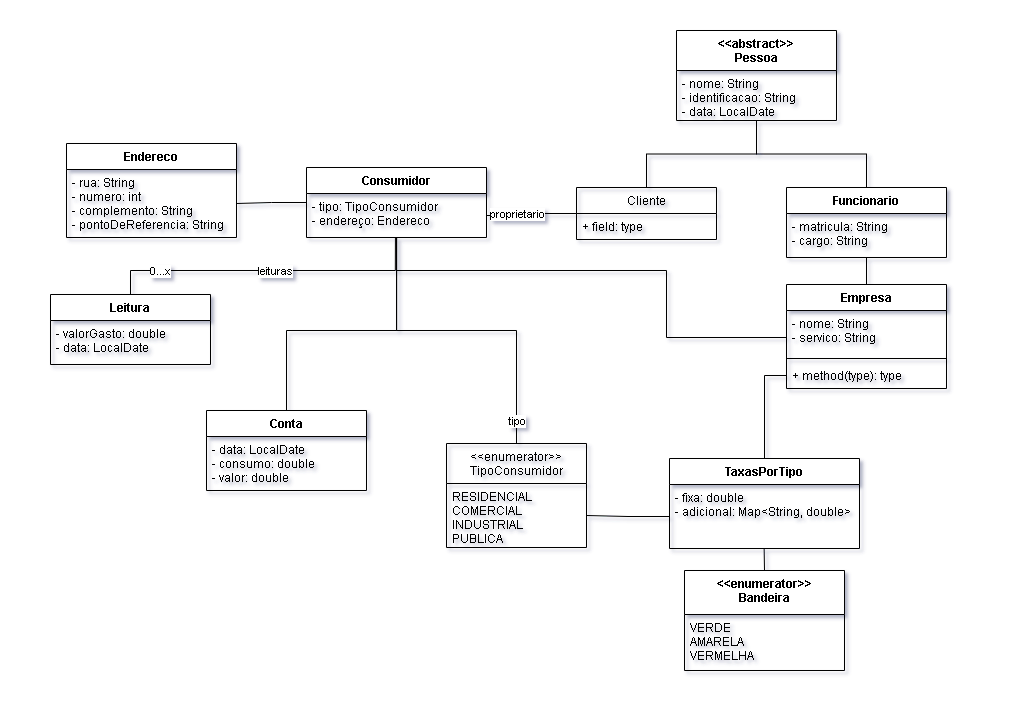
Earlier version of the draw.io export informações do projeto/entrega 02 - diagrama de classes UML/Lifeway.png (ronaldo26rodrigues/Lifeway). Source tidied: cells renumbered, new cells last; positions are measured from the earlier drawing's top-left corner, leaving out a move shared by most shapes.
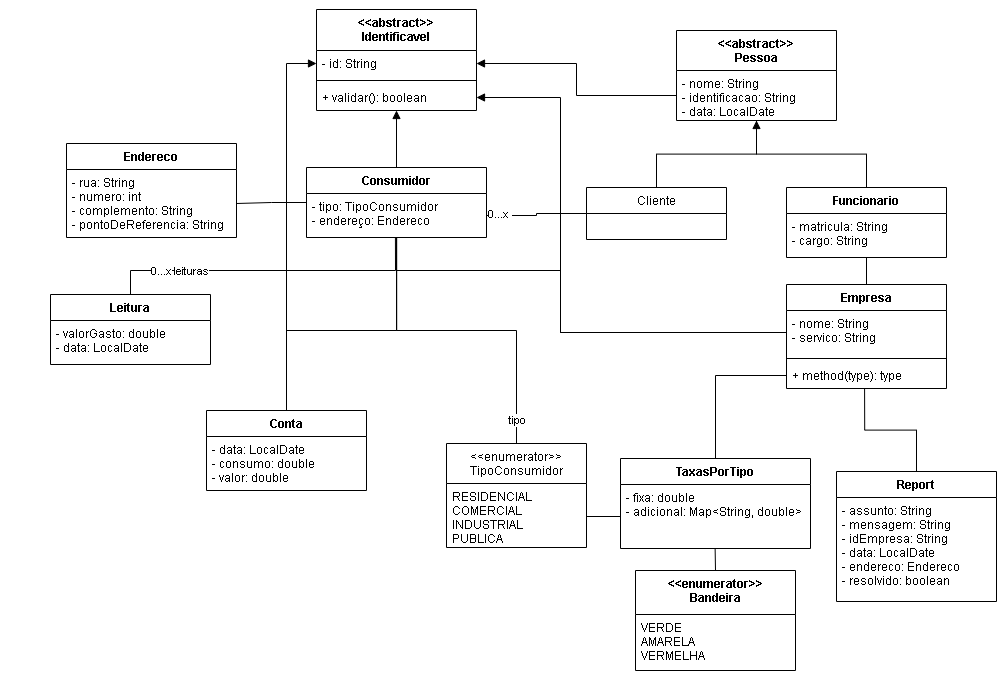
After the change.

Change to the diagram source:
```diff
@@ -15,20 +15,19 @@
     </mxCell>
     <mxCell id="4" value="leituras" style="edgeLabel;html=1;align=center;verticalAlign=middle;" parent="3" vertex="1">
       <mxGeometry x="-0.67" relative="1" as="geometry">
-        <mxPoint x="-100" as="offset" />
+        <mxPoint x="-186" as="offset" />
       </mxGeometry>
     </mxCell>
     <mxCell id="5" value="0...x" style="edgeLabel;html=1;align=center;verticalAlign=middle;" parent="3" vertex="1">
       <mxGeometry x="0.67" relative="1" as="geometry" />
     </mxCell>
-    <mxCell id="6" style="edgeStyle=orthogonalEdgeStyle;rounded=0;jettySize=auto;html=1;exitX=0.75;exitY=1;exitDx=0;exitDy=0;entryX=0;entryY=0.5;entryDx=0;entryDy=0;endArrow=none;endFill=0;" parent="1" edge="1" source="7" target="36">
+    <mxCell id="6" style="edgeStyle=orthogonalEdgeStyle;rounded=0;jettySize=auto;html=1;exitX=0.75;exitY=1;exitDx=0;exitDy=0;endArrow=none;endFill=0;entryX=0;entryY=0.5;entryDx=0;entryDy=0;" parent="1" edge="1" source="7" target="36">
       <mxGeometry relative="1" as="geometry">
         <Array as="points">
           <mxPoint x="346" y="207" />
           <mxPoint x="346" y="240" />
-          <mxPoint x="616" y="240" />
-          <mxPoint x="616" y="307" />
-          <mxPoint x="736" y="307" />
+          <mxPoint x="510" y="240" />
+          <mxPoint x="510" y="302" />
         </Array>
       </mxGeometry>
     </mxCell>
@@ -60,7 +59,7 @@
     <mxCell id="13" style="edgeStyle=orthogonalEdgeStyle;rounded=0;jettySize=auto;html=1;exitX=0.5;exitY=1;exitDx=0;exitDy=0;entryX=0.5;entryY=0;entryDx=0;entryDy=0;endArrow=none;endFill=0;" parent="1" edge="1" source="15" target="20">
       <mxGeometry relative="1" as="geometry" />
     </mxCell>
-    <mxCell id="14" style="edgeStyle=orthogonalEdgeStyle;rounded=0;jettySize=auto;html=1;exitX=0.5;exitY=1;exitDx=0;exitDy=0;entryX=0.5;entryY=0;entryDx=0;entryDy=0;endArrow=none;endFill=0;" parent="1" edge="1" source="15" target="24">
+    <mxCell id="14" style="edgeStyle=orthogonalEdgeStyle;rounded=0;jettySize=auto;html=1;exitX=0.5;exitY=1;exitDx=0;exitDy=0;entryX=0.5;entryY=0;entryDx=0;entryDy=0;endArrow=none;endFill=0;startArrow=block;startFill=1;" parent="1" edge="1" source="15" target="24">
       <mxGeometry relative="1" as="geometry" />
     </mxCell>
     <mxCell id="15" value="&lt;&lt;abstract&gt;&gt;&#10;Pessoa" style="swimlane;fontStyle=1;align=center;verticalAlign=top;horizontal=1;startSize=40;" parent="1" vertex="1">
@@ -87,17 +86,14 @@
     <mxCell id="22" style="edgeStyle=orthogonalEdgeStyle;rounded=0;jettySize=auto;html=1;exitX=0;exitY=0.5;exitDx=0;exitDy=0;entryX=1;entryY=0.5;entryDx=0;entryDy=0;endArrow=none;endFill=0;" parent="1" edge="1" source="24" target="8">
       <mxGeometry relative="1" as="geometry" />
     </mxCell>
-    <mxCell id="23" value="proprietario" style="edgeLabel;html=1;align=center;verticalAlign=middle;" parent="22" vertex="1">
+    <mxCell id="23" value="0...x&amp;nbsp;" style="edgeLabel;html=1;align=center;verticalAlign=middle;" parent="22" vertex="1">
       <mxGeometry x="0.85" relative="1" as="geometry">
-        <mxPoint x="23" y="-2" as="offset" />
+        <mxPoint x="4" y="-2" as="offset" />
       </mxGeometry>
     </mxCell>
     <mxCell id="24" value="Cliente" style="swimlane;fontStyle=0;horizontal=1;startSize=26;fillColor=none;" parent="1" vertex="1">
-      <mxGeometry x="526" y="157" width="140" height="52" as="geometry" />
+      <mxGeometry x="536" y="157" width="140" height="52" as="geometry" />
     </mxCell>
-    <mxCell id="25" value="+ field: type" style="text;strokeColor=none;fillColor=none;align=left;verticalAlign=top;spacingLeft=4;spacingRight=4;overflow=hidden;" parent="24" vertex="1">
-      <mxGeometry y="26" width="140" height="26" as="geometry" />
-    </mxCell>
     <mxCell id="26" value="Leitura" style="swimlane;fontStyle=1;align=center;verticalAlign=top;horizontal=1;startSize=26;" parent="1" vertex="1">
       <mxGeometry y="264" width="160" height="70" as="geometry" />
     </mxCell>
@@ -108,7 +104,7 @@
       <mxGeometry relative="1" as="geometry" />
     </mxCell>
     <mxCell id="29" value="TaxasPorTipo" style="swimlane;fontStyle=1;align=center;verticalAlign=top;horizontal=1;startSize=26;" parent="1" vertex="1">
-      <mxGeometry x="619" y="428" width="190" height="90" as="geometry" />
+      <mxGeometry x="570" y="428" width="190" height="90" as="geometry" />
     </mxCell>
     <mxCell id="30" value="- fixa: double&#10;- adicional: Map&lt;String, double&gt;" style="text;strokeColor=none;fillColor=none;align=left;verticalAlign=top;spacingLeft=4;spacingRight=4;overflow=hidden;points=[[0,0.5],[1,0.5]];portConstraint=eastwest;" parent="29" vertex="1">
       <mxGeometry y="26" width="190" height="64" as="geometry" />
@@ -120,7 +116,7 @@
       <mxGeometry relative="1" as="geometry" />
     </mxCell>
     <mxCell id="33" value="&lt;&lt;enumerator&gt;&gt;&#10;Bandeira" style="swimlane;fontStyle=1;align=center;verticalAlign=top;horizontal=1;startSize=44;" parent="1" vertex="1">
-      <mxGeometry x="634" y="540" width="160" height="100" as="geometry" />
+      <mxGeometry x="585" y="540" width="160" height="100" as="geometry" />
     </mxCell>
     <mxCell id="34" value="VERDE&#10;AMARELA&#10;VERMELHA" style="text;strokeColor=none;fillColor=none;align=left;verticalAlign=top;spacingLeft=4;spacingRight=4;overflow=hidden;" parent="33" vertex="1">
       <mxGeometry y="44" width="160" height="56" as="geometry" />
@@ -151,5 +147,43 @@
     <mxCell id="41" value="- data: LocalDate&#10;- consumo: double&#10;- valor: double" style="text;strokeColor=none;fillColor=none;align=left;verticalAlign=top;spacingLeft=4;spacingRight=4;overflow=hidden;" parent="40" vertex="1">
       <mxGeometry y="26" width="160" height="54" as="geometry" />
     </mxCell>
+    <mxCell id="42" style="edgeStyle=orthogonalEdgeStyle;rounded=0;jettySize=auto;html=1;entryX=0.488;entryY=1.011;entryDx=0;entryDy=0;entryPerimeter=0;endArrow=none;endFill=0;" parent="1" edge="1" source="43" target="38">
+      <mxGeometry relative="1" as="geometry" />
+    </mxCell>
+    <mxCell id="43" value="Report" style="swimlane;fontStyle=1;align=center;verticalAlign=top;horizontal=1;startSize=26;" parent="1" vertex="1">
+      <mxGeometry x="786" y="441" width="160" height="130" as="geometry" />
+    </mxCell>
+    <mxCell id="44" value="- assunto: String&#10;- mensagem: String&#10;- idEmpresa: String&#10;- data: LocalDate&#10;- endereco: Endereco&#10;- resolvido: boolean" style="text;strokeColor=none;fillColor=none;align=left;verticalAlign=top;spacingLeft=4;spacingRight=4;overflow=hidden;" parent="43" vertex="1">
+      <mxGeometry y="26" width="160" height="104" as="geometry" />
+    </mxCell>
+    <mxCell id="45" style="edgeStyle=orthogonalEdgeStyle;rounded=0;jettySize=auto;html=1;exitX=0.5;exitY=1;exitDx=0;exitDy=0;entryX=0.5;entryY=0;entryDx=0;entryDy=0;endArrow=none;endFill=0;startArrow=block;startFill=1;" parent="1" edge="1" source="46" target="7">
+      <mxGeometry relative="1" as="geometry" />
+    </mxCell>
+    <mxCell id="46" value="&lt;&lt;abstract&gt;&gt;&#10;Identificavel" style="swimlane;fontStyle=1;align=center;verticalAlign=top;horizontal=1;startSize=41;" parent="1" vertex="1">
+      <mxGeometry x="266" y="-21" width="160" height="101" as="geometry" />
+    </mxCell>
+    <mxCell id="47" value="- id: String" style="text;strokeColor=none;fillColor=none;align=left;verticalAlign=top;spacingLeft=4;spacingRight=4;overflow=hidden;points=[[0,0.5],[1,0.5]];portConstraint=eastwest;" parent="46" vertex="1">
+      <mxGeometry y="41" width="160" height="26" as="geometry" />
+    </mxCell>
+    <mxCell id="48" style="line;strokeWidth=1;fillColor=none;align=left;verticalAlign=middle;spacingTop=-1;spacingLeft=3;spacingRight=3;labelPosition=right;" parent="46" vertex="1">
+      <mxGeometry y="67" width="160" height="8" as="geometry" />
+    </mxCell>
+    <mxCell id="49" value="+ validar(): boolean" style="text;strokeColor=none;fillColor=none;align=left;verticalAlign=top;spacingLeft=4;spacingRight=4;overflow=hidden;points=[[0,0.5],[1,0.5]];portConstraint=eastwest;" parent="46" vertex="1">
+      <mxGeometry y="75" width="160" height="26" as="geometry" />
+    </mxCell>
+    <mxCell id="50" style="edgeStyle=orthogonalEdgeStyle;rounded=0;jettySize=auto;html=1;exitX=1;exitY=0.5;exitDx=0;exitDy=0;entryX=0;entryY=0.5;entryDx=0;entryDy=0;endArrow=none;endFill=0;startArrow=block;startFill=1;" parent="1" edge="1" source="47" target="16">
+      <mxGeometry relative="1" as="geometry" />
+    </mxCell>
+    <mxCell id="51" style="edgeStyle=orthogonalEdgeStyle;rounded=0;jettySize=auto;html=1;exitX=0;exitY=0.5;exitDx=0;exitDy=0;entryX=0.5;entryY=0;entryDx=0;entryDy=0;endArrow=none;endFill=0;startArrow=block;startFill=1;" parent="1" edge="1" source="47" target="40">
+      <mxGeometry relative="1" as="geometry" />
+    </mxCell>
+    <mxCell id="52" style="edgeStyle=orthogonalEdgeStyle;rounded=0;jettySize=auto;html=1;exitX=1;exitY=0.5;exitDx=0;exitDy=0;endArrow=none;endFill=0;startArrow=block;startFill=1;entryX=0;entryY=0.5;entryDx=0;entryDy=0;" parent="1" edge="1" source="49" target="36">
+      <mxGeometry relative="1" as="geometry">
+        <Array as="points">
+          <mxPoint x="510" y="67" />
+          <mxPoint x="510" y="302" />
+        </Array>
+      </mxGeometry>
+    </mxCell>
   </root>
 </mxGraphModel>
```
